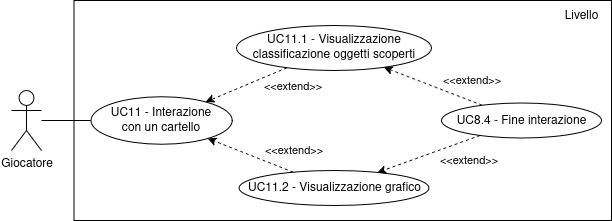
fliposab/ProgettoStage keeps this draw.io diagram as Documentazione/source/imgs/uc-interazione_cartello.png. Above is the earlier version. Source tidied: cells renumbered, new cells last; positions are measured from the earlier drawing's top-left corner, leaving out a move shared by most shapes.
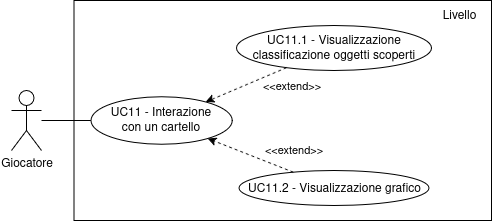
Above is the later version.

Change to the diagram source:
```diff
@@ -3,7 +3,7 @@
     <mxCell id="0" />
     <mxCell id="1" parent="0" />
     <mxCell id="2" style="rounded=0;whiteSpace=wrap;html=1;gradientColor=none;" parent="1" vertex="1">
-      <mxGeometry x="62.5" width="537.5" height="220" as="geometry" />
+      <mxGeometry x="62.5" width="417.5" height="220" as="geometry" />
     </mxCell>
     <mxCell id="3" style="rounded=0;jettySize=auto;html=1;entryX=0;entryY=0.5;entryDx=0;entryDy=0;endArrow=none;startFill=0;" parent="1" edge="1" source="4" target="5">
       <mxGeometry relative="1" as="geometry" />
@@ -15,7 +15,7 @@
       <mxGeometry x="79.4" y="96.2" width="141.2" height="47.5" as="geometry" />
     </mxCell>
     <mxCell id="6" value="Livello" style="text;html=1;align=center;verticalAlign=middle;whiteSpace=wrap;rounded=0;" parent="1" vertex="1">
-      <mxGeometry x="540" width="60" height="30" as="geometry" />
+      <mxGeometry x="417.5" width="60" height="30" as="geometry" />
     </mxCell>
     <mxCell id="7" value="&lt;div&gt;UC11.2 - Visualizzazione grafico&lt;/div&gt;" style="ellipse;whiteSpace=wrap;html=1;" parent="1" vertex="1">
       <mxGeometry x="227.5" y="170" width="190" height="35" as="geometry" />
@@ -39,24 +39,5 @@
         <mxPoint x="32" y="6" as="offset" />
       </mxGeometry>
     </mxCell>
-    <mxCell id="13" value="UC8.4 - Fine interazione" style="ellipse;whiteSpace=wrap;html=1;" parent="1" vertex="1">
-      <mxGeometry x="430" y="102.5" width="160" height="35" as="geometry" />
-    </mxCell>
-    <mxCell id="14" style="rounded=0;jettySize=auto;html=1;endArrow=classic;endFill=1;dashed=1;startArrow=none;startFill=0;" parent="1" edge="1" source="13" target="10">
-      <mxGeometry relative="1" as="geometry" />
-    </mxCell>
-    <mxCell id="15" value="&amp;lt;&amp;lt;extend&amp;gt;&amp;gt;" style="edgeLabel;html=1;align=center;verticalAlign=middle;labelBackgroundColor=none;" parent="14" vertex="1">
-      <mxGeometry x="-0.32" y="1" relative="1" as="geometry">
-        <mxPoint x="23" y="-13" as="offset" />
-      </mxGeometry>
-    </mxCell>
-    <mxCell id="16" style="rounded=0;jettySize=auto;html=1;endArrow=classic;endFill=1;dashed=1;startArrow=none;startFill=0;" parent="1" edge="1" source="13" target="7">
-      <mxGeometry relative="1" as="geometry" />
-    </mxCell>
-    <mxCell id="17" value="&amp;lt;&amp;lt;extend&amp;gt;&amp;gt;" style="edgeLabel;html=1;align=center;verticalAlign=middle;labelBackgroundColor=none;" parent="16" vertex="1">
-      <mxGeometry x="-0.32" y="1" relative="1" as="geometry">
-        <mxPoint x="23" y="11" as="offset" />
-      </mxGeometry>
-    </mxCell>
   </root>
 </mxGraphModel>
```
